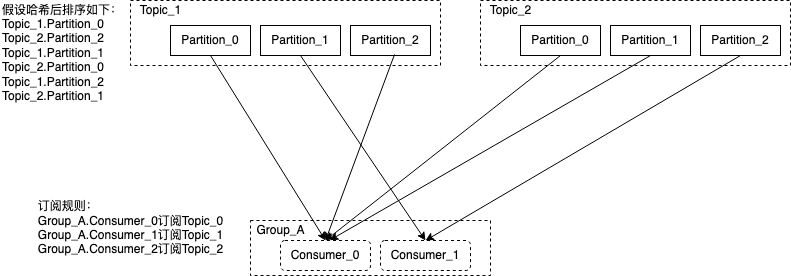
wu0hgl/note_pic keeps this draw.io diagram as kafka Round Robin分配策略.png. Above is the earlier version. Source tidied: cells renumbered, new cells last; positions are measured from the earlier drawing's top-left corner, leaving out a move shared by most shapes.
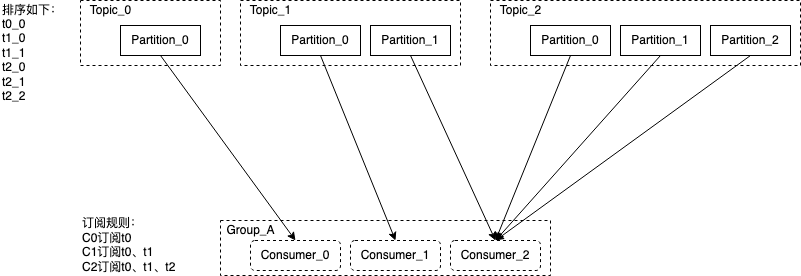
After the change.

Commit message:
更新kafka Round Robin分配策略.png

Diff of the diagram source:
```diff
@@ -3,22 +3,19 @@
     <mxCell id="0" />
     <mxCell id="1" parent="0" />
     <mxCell id="2" style="rounded=0;whiteSpace=wrap;html=1;dashed=1;" parent="1" vertex="1">
-      <mxGeometry x="250" y="220" width="240" height="55" as="geometry" />
+      <mxGeometry x="250" y="220" width="330" height="55" as="geometry" />
     </mxCell>
     <mxCell id="3" style="rounded=0;whiteSpace=wrap;html=1;dashed=1;" parent="1" vertex="1">
-      <mxGeometry x="130" width="310" height="65" as="geometry" />
+      <mxGeometry x="270" width="220" height="65" as="geometry" />
     </mxCell>
     <mxCell id="4" value="Partition_0" style="rounded=0;whiteSpace=wrap;html=1;" parent="1" vertex="1">
-      <mxGeometry x="170" y="25" width="80" height="30" as="geometry" />
+      <mxGeometry x="310" y="25" width="80" height="30" as="geometry" />
     </mxCell>
     <mxCell id="5" value="Partition_1" style="rounded=0;whiteSpace=wrap;html=1;" parent="1" vertex="1">
-      <mxGeometry x="260" y="25" width="80" height="30" as="geometry" />
+      <mxGeometry x="400" y="25" width="80" height="30" as="geometry" />
     </mxCell>
-    <mxCell id="6" value="Partition_2" style="rounded=0;whiteSpace=wrap;html=1;" parent="1" vertex="1">
-      <mxGeometry x="350" y="25" width="80" height="30" as="geometry" />
-    </mxCell>
     <mxCell id="7" value="Topic_1" style="text;html=1;align=center;verticalAlign=middle;fillColor=none;strokeColor=none;rounded=0;" parent="1" vertex="1">
-      <mxGeometry x="130" width="60" height="20" as="geometry" />
+      <mxGeometry x="270" width="60" height="20" as="geometry" />
     </mxCell>
     <mxCell id="8" value="Consumer_0" style="rounded=1;whiteSpace=wrap;html=1;dashed=1;strokeColor=#000000;" parent="1" vertex="1">
       <mxGeometry x="280" y="240" width="90" height="30" as="geometry" />
@@ -30,43 +27,55 @@
       <mxGeometry x="250" y="220" width="60" height="20" as="geometry" />
     </mxCell>
     <mxCell id="11" style="rounded=0;whiteSpace=wrap;html=1;dashed=1;" parent="1" vertex="1">
-      <mxGeometry x="480" width="310" height="65" as="geometry" />
+      <mxGeometry x="520" width="310" height="65" as="geometry" />
     </mxCell>
     <mxCell id="12" value="Partition_0" style="rounded=0;whiteSpace=wrap;html=1;" parent="1" vertex="1">
-      <mxGeometry x="520" y="25" width="80" height="30" as="geometry" />
+      <mxGeometry x="560" y="25" width="80" height="30" as="geometry" />
     </mxCell>
     <mxCell id="13" value="Partition_1" style="rounded=0;whiteSpace=wrap;html=1;" parent="1" vertex="1">
-      <mxGeometry x="610" y="25" width="80" height="30" as="geometry" />
+      <mxGeometry x="650" y="25" width="80" height="30" as="geometry" />
     </mxCell>
     <mxCell id="14" value="Partition_2" style="rounded=0;whiteSpace=wrap;html=1;" parent="1" vertex="1">
-      <mxGeometry x="700" y="25" width="80" height="30" as="geometry" />
+      <mxGeometry x="740" y="25" width="80" height="30" as="geometry" />
     </mxCell>
     <mxCell id="15" value="Topic_2" style="text;html=1;align=center;verticalAlign=middle;fillColor=none;strokeColor=none;rounded=0;" parent="1" vertex="1">
-      <mxGeometry x="480" width="60" height="20" as="geometry" />
+      <mxGeometry x="520" width="60" height="20" as="geometry" />
     </mxCell>
-    <mxCell id="16" value="&lt;div align=&quot;left&quot;&gt;订阅规则：&lt;/div&gt;&lt;div&gt;Group_A.Consumer_0订阅Topic_0&lt;/div&gt;&lt;div&gt;Group_A.Consumer_1订阅Topic_1&lt;/div&gt;&lt;div&gt;Group_A.Consumer_2订阅Topic_2&lt;/div&gt;&lt;div&gt;&amp;nbsp;&amp;nbsp; &lt;br&gt;&lt;/div&gt;" style="text;html=1;align=center;verticalAlign=middle;fillColor=none;strokeColor=none;rounded=0;dashed=1;" parent="1" vertex="1">
-      <mxGeometry x="30" y="195" width="200" height="80" as="geometry" />
+    <mxCell id="16" value="&lt;div align=&quot;left&quot;&gt;订阅规则：&lt;/div&gt;&lt;div align=&quot;left&quot;&gt;C0订阅t0&lt;/div&gt;&lt;div align=&quot;left&quot;&gt;C1订阅t0、t1&lt;/div&gt;&lt;div align=&quot;left&quot;&gt;C2订阅t0、t1、t2&lt;br&gt;&lt;/div&gt;" style="text;html=1;align=left;verticalAlign=middle;fillColor=none;strokeColor=none;rounded=0;dashed=1;" parent="1" vertex="1">
+      <mxGeometry x="110" y="215" width="110" height="60" as="geometry" />
     </mxCell>
-    <mxCell id="17" value="&lt;div align=&quot;left&quot;&gt;假设哈希后排序如下：&lt;br&gt;&lt;/div&gt;&lt;div align=&quot;left&quot;&gt;Topic_1.Partition_0&lt;/div&gt;&lt;div align=&quot;left&quot;&gt;Topic_2.Partition_2&lt;/div&gt;&lt;div align=&quot;left&quot;&gt;Topic_1.Partition_1&lt;/div&gt;&lt;div align=&quot;left&quot;&gt;Topic_2.Partition_0&lt;/div&gt;&lt;div align=&quot;left&quot;&gt;Topic_1.Partition_2&lt;/div&gt;&lt;div align=&quot;left&quot;&gt;Topic_2.Partition_1&lt;/div&gt;&lt;div align=&quot;left&quot;&gt;&lt;br&gt;&lt;/div&gt;" style="text;html=1;align=left;verticalAlign=middle;fillColor=none;strokeColor=none;rounded=0;dashed=1;" parent="1" vertex="1">
-      <mxGeometry width="140" height="120" as="geometry" />
+    <mxCell id="17" value="&lt;div align=&quot;left&quot;&gt;排序如下：&lt;br&gt;&lt;/div&gt;&lt;div align=&quot;left&quot;&gt;t0_0&lt;/div&gt;&lt;div align=&quot;left&quot;&gt;t1_0&lt;/div&gt;&lt;div align=&quot;left&quot;&gt;t1_1&lt;/div&gt;&lt;div align=&quot;left&quot;&gt;t2_0&lt;/div&gt;&lt;div align=&quot;left&quot;&gt;t2_1&lt;/div&gt;&lt;div align=&quot;left&quot;&gt;t2_2&lt;br&gt;&lt;/div&gt;&lt;div align=&quot;left&quot;&gt;&lt;br&gt;&lt;/div&gt;" style="text;html=1;align=left;verticalAlign=middle;fillColor=none;strokeColor=none;rounded=0;dashed=1;" parent="1" vertex="1">
+      <mxGeometry x="30" width="80" height="120" as="geometry" />
     </mxCell>
-    <mxCell id="18" style="endArrow=classic;html=1;exitX=0.5;exitY=1;exitDx=0;exitDy=0;entryX=0.5;entryY=0;entryDx=0;entryDy=0;" parent="1" edge="1" source="4" target="8">
+    <mxCell id="18" style="endArrow=classic;html=1;exitX=0.5;exitY=1;exitDx=0;exitDy=0;entryX=0.5;entryY=0;entryDx=0;entryDy=0;" parent="1" edge="1" source="4" target="9">
       <mxGeometry relative="1" as="geometry" />
     </mxCell>
-    <mxCell id="19" style="endArrow=classic;html=1;entryX=0.5;entryY=0;entryDx=0;entryDy=0;exitX=0.5;exitY=1;exitDx=0;exitDy=0;" parent="1" edge="1" source="14" target="9">
+    <mxCell id="19" style="endArrow=classic;html=1;exitX=0.5;exitY=1;exitDx=0;exitDy=0;entryX=0.5;entryY=0;entryDx=0;entryDy=0;" parent="1" edge="1" source="14" target="28">
       <mxGeometry relative="1" as="geometry" />
     </mxCell>
-    <mxCell id="20" style="endArrow=classic;html=1;exitX=0.5;exitY=1;exitDx=0;exitDy=0;entryX=0.5;entryY=0;entryDx=0;entryDy=0;" parent="1" edge="1" source="5" target="9">
+    <mxCell id="20" style="endArrow=classic;html=1;exitX=0.5;exitY=1;exitDx=0;exitDy=0;entryX=0.5;entryY=0;entryDx=0;entryDy=0;" parent="1" edge="1" source="5" target="28">
       <mxGeometry relative="1" as="geometry" />
     </mxCell>
-    <mxCell id="21" style="endArrow=classic;html=1;entryX=0.5;entryY=0;entryDx=0;entryDy=0;exitX=0.5;exitY=1;exitDx=0;exitDy=0;" parent="1" edge="1" source="12" target="8">
+    <mxCell id="21" style="endArrow=classic;html=1;exitX=0.5;exitY=1;exitDx=0;exitDy=0;entryX=0.5;entryY=0;entryDx=0;entryDy=0;" parent="1" edge="1" source="12" target="28">
       <mxGeometry relative="1" as="geometry" />
     </mxCell>
-    <mxCell id="22" style="endArrow=classic;html=1;entryX=0.5;entryY=0;entryDx=0;entryDy=0;exitX=0.55;exitY=0.967;exitDx=0;exitDy=0;exitPerimeter=0;" parent="1" edge="1" source="6" target="8">
-      <mxGeometry relative="1" as="geometry" />
-    </mxCell>
-    <mxCell id="23" style="endArrow=classic;html=1;exitX=0.5;exitY=1;exitDx=0;exitDy=0;entryX=0.548;entryY=-0.01;entryDx=0;entryDy=0;entryPerimeter=0;" parent="1" edge="1" source="13" target="8">
+    <mxCell id="23" style="endArrow=classic;html=1;exitX=0.5;exitY=1;exitDx=0;exitDy=0;entryX=0.5;entryY=0;entryDx=0;entryDy=0;" parent="1" edge="1" source="13" target="28">
       <mxGeometry relative="1" as="geometry" />
     </mxCell>
+    <mxCell id="24" style="rounded=0;whiteSpace=wrap;html=1;dashed=1;" parent="1" vertex="1">
+      <mxGeometry x="110" width="140" height="65" as="geometry" />
+    </mxCell>
+    <mxCell id="25" value="Partition_0" style="rounded=0;whiteSpace=wrap;html=1;" parent="1" vertex="1">
+      <mxGeometry x="150" y="25" width="80" height="30" as="geometry" />
+    </mxCell>
+    <mxCell id="26" value="Topic_0" style="text;html=1;align=center;verticalAlign=middle;fillColor=none;strokeColor=none;rounded=0;" parent="1" vertex="1">
+      <mxGeometry x="110" width="60" height="20" as="geometry" />
+    </mxCell>
+    <mxCell id="27" style="endArrow=classic;html=1;exitX=0.5;exitY=1;exitDx=0;exitDy=0;entryX=0.5;entryY=0;entryDx=0;entryDy=0;" parent="1" edge="1" source="25" target="8">
+      <mxGeometry relative="1" as="geometry" />
+    </mxCell>
+    <mxCell id="28" value="Consumer_2" style="rounded=1;whiteSpace=wrap;html=1;dashed=1;strokeColor=#000000;" parent="1" vertex="1">
+      <mxGeometry x="480" y="240" width="90" height="30" as="geometry" />
+    </mxCell>
   </root>
 </mxGraphModel>
```
